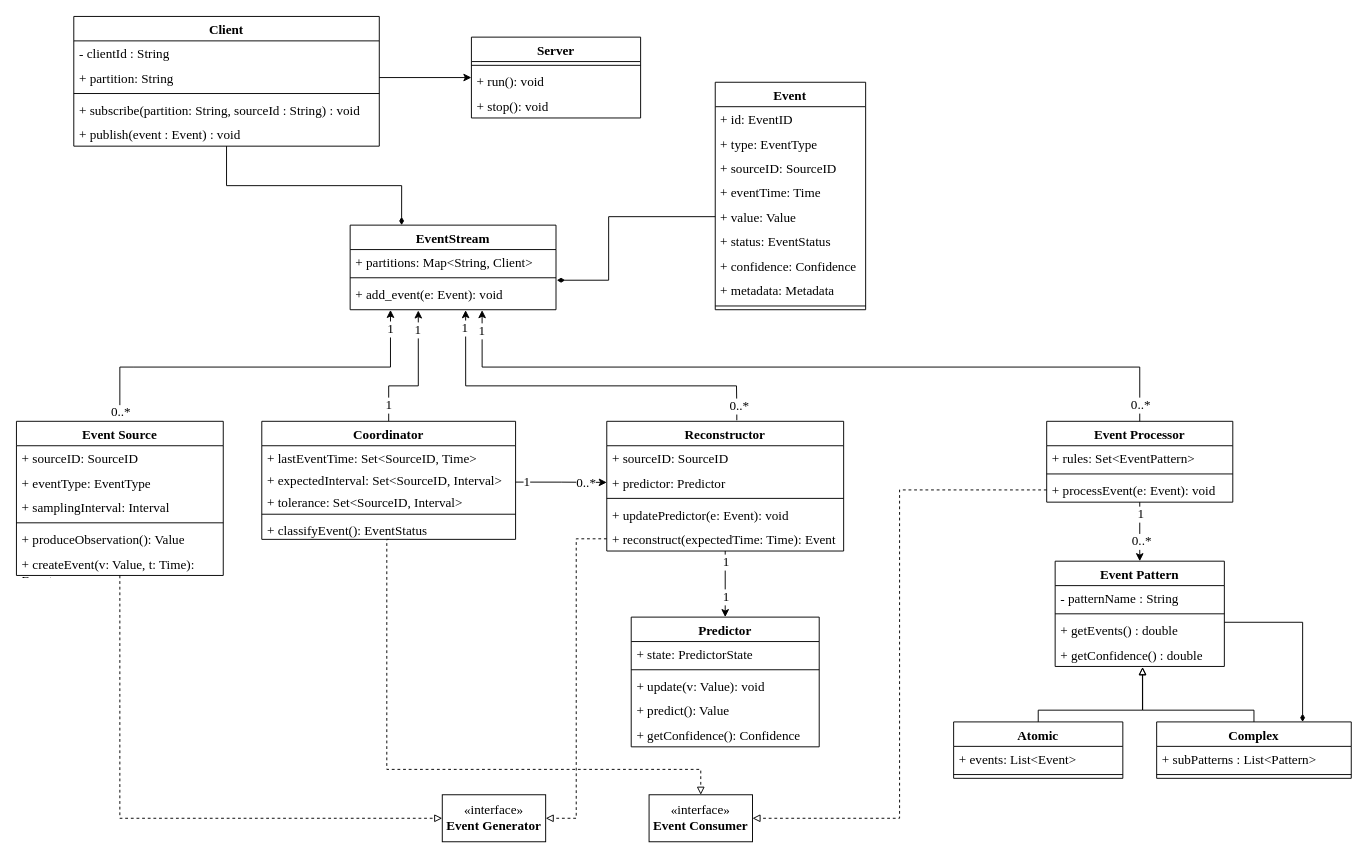
The draw.io diagram docs/Diagrams/UML Model.drawio in faith176/sots_kalman_filters, before the edit. Source tidied: cells renumbered, new cells numbered last; positions are measured from the earlier drawing's top-left corner, leaving out a move shared by most shapes. Both pictures are drawn from the tidied source at 94%, with x=0, y=0 at pixel (16, 16).
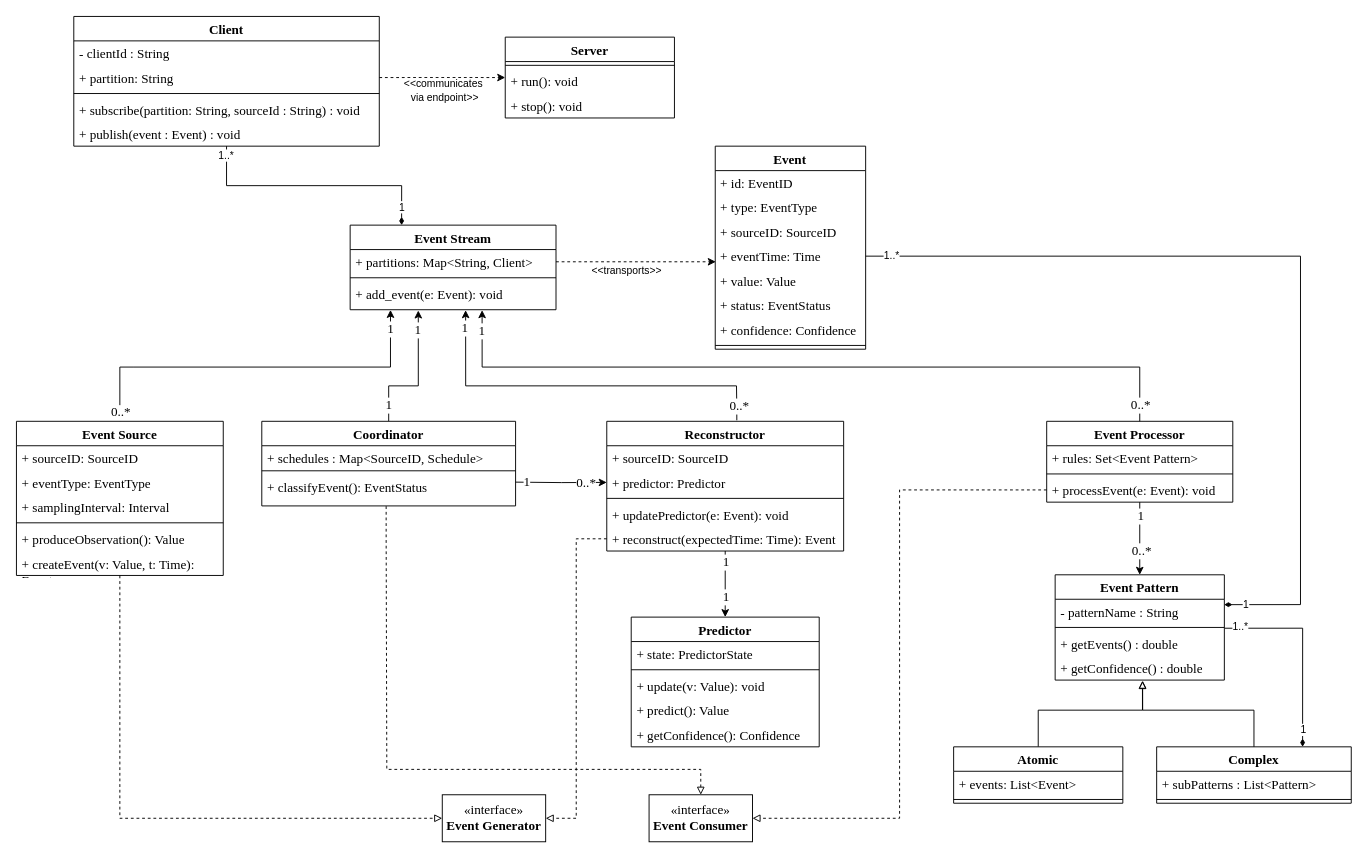
Above is the later version.

The change refers to these unchanged cells:
```xml
<mxCell id="3" value="+ partitions:&amp;nbsp;Map&amp;lt;String, Client&amp;gt;" style="text;strokeColor=none;fillColor=none;align=left;verticalAlign=top;spacingLeft=4;spacingRight=4;overflow=hidden;points=[[0,0.5],[1,0.5]];portConstraint=eastwest;whiteSpace=wrap;html=1;fontFamily=Times New Roman;fontSize=14;" parent="2" vertex="1">
  <mxGeometry y="26" width="219" height="26" as="geometry" />
</mxCell>
<mxCell id="5" value="+ add_event(e: Event): void" style="text;strokeColor=none;fillColor=none;align=left;verticalAlign=top;spacingLeft=4;spacingRight=4;overflow=hidden;points=[[0,0.5],[1,0.5]];portConstraint=eastwest;whiteSpace=wrap;html=1;fontFamily=Times New Roman;fontSize=14;" parent="2" vertex="1">
  <mxGeometry y="60" width="219" height="30" as="geometry" />
</mxCell>
<mxCell id="10" value="&lt;div&gt;&lt;span style=&quot;background-color: transparent; color: light-dark(rgb(0, 0, 0), rgb(255, 255, 255));&quot;&gt;+ eventTime: Time&lt;/span&gt;&lt;/div&gt;" style="text;strokeColor=none;fillColor=none;align=left;verticalAlign=top;spacingLeft=4;spacingRight=4;overflow=hidden;points=[[0,0.5],[1,0.5]];portConstraint=eastwest;whiteSpace=wrap;html=1;fontFamily=Times New Roman;fontSize=14;" parent="6" vertex="1">
  <mxGeometry y="104" width="160" height="26" as="geometry" />
</mxCell>
<mxCell id="11" value="&lt;div&gt;&lt;span style=&quot;background-color: transparent; color: light-dark(rgb(0, 0, 0), rgb(255, 255, 255));&quot;&gt;+ value: Value&lt;/span&gt;&lt;/div&gt;" style="text;strokeColor=none;fillColor=none;align=left;verticalAlign=top;spacingLeft=4;spacingRight=4;overflow=hidden;points=[[0,0.5],[1,0.5]];portConstraint=eastwest;whiteSpace=wrap;html=1;fontFamily=Times New Roman;fontSize=14;" parent="6" vertex="1">
  <mxGeometry y="130" width="160" height="26" as="geometry" />
</mxCell>
<mxCell id="30" value="&lt;span&gt;+ predictor: Predictor&lt;/span&gt;" style="text;strokeColor=none;fillColor=none;align=left;verticalAlign=top;spacingLeft=4;spacingRight=4;overflow=hidden;points=[[0,0.5],[1,0.5]];portConstraint=eastwest;whiteSpace=wrap;html=1;fontFamily=Times New Roman;fontSize=14;" parent="28" vertex="1">
  <mxGeometry y="52" width="252" height="26" as="geometry" />
</mxCell>
<mxCell id="48" value="Event Processor" style="swimlane;fontStyle=1;align=center;verticalAlign=top;horizontal=1;startSize=26;whiteSpace=wrap;html=1;fontFamily=Times New Roman;fontSize=14;" parent="1" vertex="1">
  <mxGeometry x="1096" y="430.7" width="198" height="86" as="geometry" />
</mxCell>
<mxCell id="69" style="edgeStyle=orthogonalEdgeStyle;rounded=0;jettySize=auto;html=1;exitX=0.5;exitY=1;exitDx=0;exitDy=0;entryX=0.25;entryY=0;entryDx=0;entryDy=0;endArrow=diamondThin;endFill=1;fontFamily=Times New Roman;fontSize=14;" parent="1" edge="1" source="70" target="2">
  <mxGeometry relative="1" as="geometry" />
</mxCell>
<mxCell id="72" value="+ partition: String" style="text;strokeColor=none;fillColor=none;align=left;verticalAlign=top;spacingLeft=4;spacingRight=4;overflow=hidden;points=[[0,0.5],[1,0.5]];portConstraint=eastwest;whiteSpace=wrap;html=1;fontFamily=Times New Roman;fontSize=14;" parent="70" vertex="1">
  <mxGeometry y="52" width="325" height="26" as="geometry" />
</mxCell>
<mxCell id="81" value="&lt;span&gt;- patternName : String&lt;/span&gt;" style="text;strokeColor=none;fillColor=none;align=left;verticalAlign=top;spacingLeft=4;spacingRight=4;overflow=hidden;points=[[0,0.5],[1,0.5]];portConstraint=eastwest;whiteSpace=wrap;html=1;fontFamily=Times New Roman;fontSize=14;" parent="80" vertex="1">
  <mxGeometry y="26" width="180" height="26" as="geometry" />
</mxCell>
<mxCell id="83" value="&lt;span style=&quot;font-family: &amp;quot;Times New Roman&amp;quot;; font-size: 14px;&quot;&gt;+ getEvents() : double&lt;/span&gt;" style="text;strokeColor=none;fillColor=none;align=left;verticalAlign=top;spacingLeft=4;spacingRight=4;overflow=hidden;points=[[0,0.5],[1,0.5]];portConstraint=eastwest;whiteSpace=wrap;html=1;" parent="80" vertex="1">
  <mxGeometry y="60" width="180" height="26" as="geometry" />
</mxCell>
<mxCell id="92" value="«interface»&lt;br&gt;&lt;b&gt;Event Consumer&lt;/b&gt;" style="html=1;whiteSpace=wrap;fontFamily=Times New Roman;fontSize=14;" parent="1" vertex="1">
  <mxGeometry x="673" y="828" width="110" height="50" as="geometry" />
</mxCell>
```

Change to the diagram source:
```diff
@@
-    <mxCell id="2" value="EventStream" style="swimlane;fontStyle=1;align=center;verticalAlign=top;horizontal=1;startSize=26;whiteSpace=wrap;html=1;fontFamily=Times New Roman;fontSize=14;" parent="1" vertex="1">
+    <mxCell id="2" value="Event Stream" style="swimlane;fontStyle=1;align=center;verticalAlign=top;horizontal=1;startSize=26;whiteSpace=wrap;html=1;fontFamily=Times New Roman;fontSize=14;" parent="1" vertex="1">
       <mxGeometry x="355" y="222" width="219" height="90" as="geometry" />
     </mxCell>
@@
     <mxCell id="6" value="Event" style="swimlane;fontStyle=1;align=center;verticalAlign=top;horizontal=1;startSize=26;whiteSpace=wrap;html=1;fontFamily=Times New Roman;fontSize=14;" parent="1" vertex="1">
-      <mxGeometry x="743.4" y="70" width="160" height="242" as="geometry" />
+      <mxGeometry x="743.4" y="138" width="160" height="216" as="geometry" />
     </mxCell>
@@
-    <mxCell id="14" value="&lt;span&gt;+ metadata: Metadata&lt;/span&gt;" style="text;strokeColor=none;fillColor=none;align=left;verticalAlign=top;spacingLeft=4;spacingRight=4;overflow=hidden;whiteSpace=wrap;html=1;fontFamily=Times New Roman;fontSize=14;" parent="6" vertex="1">
-      <mxGeometry y="208" width="160" height="26" as="geometry" />
-    </mxCell>
     <mxCell id="15" style="line;strokeWidth=1;fillColor=none;align=left;verticalAlign=middle;spacingTop=-1;spacingLeft=3;spacingRight=3;labelPosition=right;strokeColor=inherit;fontFamily=Times New Roman;fontSize=14;" parent="6" vertex="1">
-      <mxGeometry y="234" width="160" height="8" as="geometry" />
+      <mxGeometry y="208" width="160" height="8" as="geometry" />
     </mxCell>
@@
-    <mxCell id="22" style="edgeStyle=orthogonalEdgeStyle;rounded=0;jettySize=auto;html=1;exitX=1;exitY=0.674;exitDx=0;exitDy=0;entryX=0;entryY=0.5;entryDx=0;entryDy=0;fontFamily=Times New Roman;fontSize=14;exitPerimeter=0;" parent="1" edge="1" source="88" target="30">
-      <mxGeometry relative="1" as="geometry" />
+    <mxCell id="22" style="edgeStyle=orthogonalEdgeStyle;rounded=0;jettySize=auto;html=1;exitX=1;exitY=0.674;exitDx=0;exitDy=0;entryX=0;entryY=0.5;entryDx=0;entryDy=0;fontFamily=Times New Roman;fontSize=14;exitPerimeter=0;" parent="1" edge="1" target="30">
+      <mxGeometry relative="1" as="geometry">
+        <mxPoint x="531" y="495.4" as="sourcePoint" />
+      </mxGeometry>
     </mxCell>
@@
-    <mxCell id="49" value="+ rules: Set&amp;lt;EventPattern&amp;gt;" style="text;strokeColor=none;fillColor=none;align=left;verticalAlign=top;spacingLeft=4;spacingRight=4;overflow=hidden;whiteSpace=wrap;html=1;fontFamily=Times New Roman;fontSize=14;" parent="48" vertex="1">
+    <mxCell id="49" value="+ rules: Set&amp;lt;Event Pattern&amp;gt;" style="text;strokeColor=none;fillColor=none;align=left;verticalAlign=top;spacingLeft=4;spacingRight=4;overflow=hidden;whiteSpace=wrap;html=1;fontFamily=Times New Roman;fontSize=14;" parent="48" vertex="1">
       <mxGeometry y="26" width="198" height="26" as="geometry" />
     </mxCell>
@@
-    <mxCell id="61" style="edgeStyle=orthogonalEdgeStyle;rounded=0;jettySize=auto;html=1;exitX=0;exitY=0.5;exitDx=0;exitDy=0;entryX=1.004;entryY=-0.046;entryDx=0;entryDy=0;entryPerimeter=0;endArrow=diamondThin;endFill=1;startSize=6;fontFamily=Times New Roman;fontSize=14;" parent="1" edge="1" source="11" target="5">
-      <mxGeometry relative="1" as="geometry">
-        <Array as="points">
-          <mxPoint x="630" y="213" />
-          <mxPoint x="630" y="281" />
-        </Array>
-      </mxGeometry>
-    </mxCell>
@@
     <mxCell id="63" value="Atomic" style="swimlane;fontStyle=1;align=center;verticalAlign=top;horizontal=1;startSize=26;whiteSpace=wrap;html=1;fontFamily=Times New Roman;fontSize=14;" parent="1" vertex="1">
-      <mxGeometry x="997" y="750.5" width="180" height="60" as="geometry" />
+      <mxGeometry x="997" y="777" width="180" height="60" as="geometry" />
     </mxCell>
@@
     <mxCell id="66" value="Complex" style="swimlane;fontStyle=1;align=center;verticalAlign=top;horizontal=1;startSize=26;whiteSpace=wrap;html=1;fontFamily=Times New Roman;fontSize=14;" parent="1" vertex="1">
-      <mxGeometry x="1213" y="750.5" width="207" height="60" as="geometry" />
+      <mxGeometry x="1213" y="777" width="207" height="60" as="geometry" />
     </mxCell>
@@
+    <mxCell id="99" value="1..*" style="edgeLabel;html=1;align=center;verticalAlign=middle;" parent="69" vertex="1">
+      <mxGeometry x="-0.93" y="-1" relative="1" as="geometry" />
+    </mxCell>
+    <mxCell id="100" value="1" style="edgeLabel;html=1;align=center;verticalAlign=middle;" parent="69" vertex="1">
+      <mxGeometry x="0.86" relative="1" as="geometry" />
+    </mxCell>
@@
     <mxCell id="76" value="Server" style="swimlane;fontStyle=1;align=center;verticalAlign=top;horizontal=1;startSize=26;whiteSpace=wrap;html=1;fontFamily=Times New Roman;fontSize=14;" parent="1" vertex="1">
-      <mxGeometry x="484" y="22" width="180" height="86" as="geometry" />
+      <mxGeometry x="520" y="22" width="180" height="86" as="geometry" />
     </mxCell>
@@
     <mxCell id="80" value="Event Pattern" style="swimlane;fontStyle=1;align=center;verticalAlign=top;horizontal=1;startSize=26;whiteSpace=wrap;html=1;fontFamily=Times New Roman;fontSize=14;" parent="1" vertex="1">
-      <mxGeometry x="1105" y="579.5" width="180" height="112" as="geometry" />
+      <mxGeometry x="1105" y="594" width="180" height="112" as="geometry" />
     </mxCell>
@@
-    <mxCell id="85" style="edgeStyle=orthogonalEdgeStyle;rounded=0;jettySize=auto;html=1;exitX=0.5;exitY=1;exitDx=0;exitDy=0;entryX=0.5;entryY=0;entryDx=0;entryDy=0;dashed=1;endArrow=block;endFill=0;fontFamily=Times New Roman;fontSize=14;" parent="1" edge="1" source="86" target="92">
+    <mxCell id="85" style="edgeStyle=orthogonalEdgeStyle;rounded=0;jettySize=auto;html=1;exitX=0.49;exitY=1.01;exitDx=0;exitDy=0;entryX=0.5;entryY=0;entryDx=0;entryDy=0;dashed=1;endArrow=block;endFill=0;fontFamily=Times New Roman;fontSize=14;exitPerimeter=0;" parent="1" edge="1" source="91" target="92">
       <mxGeometry relative="1" as="geometry">
         <Array as="points">
+          <mxPoint x="393" y="556" />
           <mxPoint x="394" y="556" />
           <mxPoint x="394" y="801" />
           <mxPoint x="728" y="801" />
         </Array>
       </mxGeometry>
     </mxCell>
     <mxCell id="86" value="Coordinator" style="swimlane;fontStyle=1;align=center;verticalAlign=top;horizontal=1;startSize=26;whiteSpace=wrap;html=1;fontFamily=Times New Roman;fontSize=14;" parent="1" vertex="1">
-      <mxGeometry x="261" y="430.7" width="270" height="125.6" as="geometry" />
+      <mxGeometry x="261" y="430.7" width="270" height="90" as="geometry" />
     </mxCell>
-    <mxCell id="87" value="&lt;span&gt;+ lastEventTime: Set&amp;lt;SourceID, Time&amp;gt;&lt;/span&gt;" style="text;strokeColor=none;fillColor=none;align=left;verticalAlign=top;spacingLeft=4;spacingRight=4;overflow=hidden;html=1;whiteSpace=wrap;fontFamily=Times New Roman;fontSize=14;" parent="86" vertex="1">
+    <mxCell id="87" value="+ schedules : Map&amp;lt;SourceID, Schedule&amp;gt;" style="text;strokeColor=none;fillColor=none;align=left;verticalAlign=top;spacingLeft=4;spacingRight=4;overflow=hidden;html=1;whiteSpace=wrap;fontFamily=Times New Roman;fontSize=14;" parent="86" vertex="1">
       <mxGeometry y="26" width="270" height="23.1" as="geometry" />
     </mxCell>
-    <mxCell id="88" value="&lt;div&gt;+ expectedInterval: Set&amp;lt;SourceID, Interval&amp;gt;&lt;/div&gt;" style="text;strokeColor=none;fillColor=none;align=left;verticalAlign=top;spacingLeft=4;spacingRight=4;overflow=hidden;points=[[0,0.5],[1,0.5]];portConstraint=eastwest;whiteSpace=wrap;html=1;fontFamily=Times New Roman;fontSize=14;" parent="86" vertex="1">
-      <mxGeometry y="49.1" width="270" height="23.1" as="geometry" />
-    </mxCell>
-    <mxCell id="89" value="&lt;span&gt;+ tolerance: Set&amp;lt;SourceID, Interval&amp;gt;&lt;/span&gt;" style="text;strokeColor=none;fillColor=none;align=left;verticalAlign=top;spacingLeft=4;spacingRight=4;overflow=hidden;whiteSpace=wrap;html=1;fontFamily=Times New Roman;fontSize=14;" parent="86" vertex="1">
-      <mxGeometry y="72.2" width="270" height="23.1" as="geometry" />
-    </mxCell>
     <mxCell id="90" style="line;strokeWidth=1;fillColor=none;align=left;verticalAlign=middle;spacingTop=-1;spacingLeft=3;spacingRight=3;labelPosition=right;strokeColor=inherit;fontFamily=Times New Roman;fontSize=14;" parent="86" vertex="1">
-      <mxGeometry y="95.3" width="270" height="7.1" as="geometry" />
+      <mxGeometry y="49.1" width="270" height="7.1" as="geometry" />
     </mxCell>
     <mxCell id="91" value="&lt;span&gt;+ classifyEvent(): EventStatus&lt;/span&gt;" style="text;strokeColor=none;fillColor=none;align=left;verticalAlign=top;spacingLeft=4;spacingRight=4;overflow=hidden;points=[[0,0.5],[1,0.5]];portConstraint=eastwest;whiteSpace=wrap;html=1;fontFamily=Times New Roman;fontSize=14;" parent="86" vertex="1">
-      <mxGeometry y="102.4" width="270" height="23.1" as="geometry" />
+      <mxGeometry y="56.2" width="270" height="33.8" as="geometry" />
     </mxCell>
@@
-    <mxCell id="94" style="edgeStyle=orthogonalEdgeStyle;rounded=0;jettySize=auto;html=1;exitX=1;exitY=0.5;exitDx=0;exitDy=0;entryX=0.75;entryY=0;entryDx=0;entryDy=0;endArrow=diamondThin;endFill=1;fontFamily=Times New Roman;fontSize=14;" parent="1" edge="1" target="66">
+    <mxCell id="94" style="edgeStyle=orthogonalEdgeStyle;rounded=0;jettySize=auto;html=1;exitX=1.003;exitY=-0.122;exitDx=0;exitDy=0;entryX=0.75;entryY=0;entryDx=0;entryDy=0;endArrow=diamondThin;endFill=1;fontFamily=Times New Roman;fontSize=14;exitPerimeter=0;" parent="1" edge="1" source="83" target="66">
       <mxGeometry relative="1" as="geometry">
-        <mxPoint x="1285" y="644.5" as="sourcePoint" />
         <Array as="points">
-          <mxPoint x="1368" y="645" />
+          <mxPoint x="1368" y="651" />
         </Array>
       </mxGeometry>
     </mxCell>
+    <mxCell id="101" value="1" style="edgeLabel;html=1;align=center;verticalAlign=middle;" parent="94" vertex="1">
+      <mxGeometry x="0.82" relative="1" as="geometry" />
+    </mxCell>
+    <mxCell id="102" value="1..*" style="edgeLabel;html=1;align=center;verticalAlign=middle;" parent="94" vertex="1">
+      <mxGeometry x="-0.91" y="2" relative="1" as="geometry">
+        <mxPoint x="7" as="offset" />
+      </mxGeometry>
+    </mxCell>
@@
-    <mxCell id="96" style="edgeStyle=orthogonalEdgeStyle;rounded=0;jettySize=auto;html=1;exitX=1;exitY=0.5;exitDx=0;exitDy=0;entryX=0;entryY=0.5;entryDx=0;entryDy=0;fontFamily=Times New Roman;fontSize=14;" parent="1" edge="1" source="72" target="76">
+    <mxCell id="96" style="edgeStyle=orthogonalEdgeStyle;rounded=0;jettySize=auto;html=1;exitX=1;exitY=0.5;exitDx=0;exitDy=0;entryX=0;entryY=0.5;entryDx=0;entryDy=0;fontFamily=Times New Roman;fontSize=14;dashed=1;" parent="1" edge="1" source="72" target="76">
       <mxGeometry relative="1" as="geometry" />
     </mxCell>
+    <mxCell id="103" value="&amp;lt;&amp;lt;communicates&lt;div&gt;&amp;nbsp;via endpoint&amp;gt;&amp;gt;&lt;/div&gt;" style="edgeLabel;html=1;align=center;verticalAlign=middle;" parent="96" vertex="1">
+      <mxGeometry x="-0.04" y="1" relative="1" as="geometry">
+        <mxPoint x="3" y="14" as="offset" />
+      </mxGeometry>
+    </mxCell>
@@
+    <mxCell id="104" style="edgeStyle=orthogonalEdgeStyle;rounded=0;jettySize=auto;html=1;exitX=1;exitY=0.5;exitDx=0;exitDy=0;dashed=1;" parent="1" edge="1" source="3">
+      <mxGeometry relative="1" as="geometry">
+        <mxPoint x="744" y="261" as="targetPoint" />
+        <Array as="points">
+          <mxPoint x="744" y="261" />
+        </Array>
+      </mxGeometry>
+    </mxCell>
+    <mxCell id="105" value="&amp;lt;&amp;lt;transports&amp;gt;&amp;gt;" style="edgeLabel;html=1;align=center;verticalAlign=middle;" parent="104" vertex="1">
+      <mxGeometry x="-0.13" relative="1" as="geometry">
+        <mxPoint y="9" as="offset" />
+      </mxGeometry>
+    </mxCell>
+    <mxCell id="106" style="edgeStyle=orthogonalEdgeStyle;rounded=0;jettySize=auto;html=1;exitX=1;exitY=0.5;exitDx=0;exitDy=0;entryX=0.999;entryY=0.221;entryDx=0;entryDy=0;entryPerimeter=0;endArrow=diamondThin;endFill=1;" parent="1" edge="1" source="10" target="81">
+      <mxGeometry relative="1" as="geometry">
+        <Array as="points">
+          <mxPoint x="1366" y="255" />
+          <mxPoint x="1366" y="626" />
+        </Array>
+      </mxGeometry>
+    </mxCell>
+    <mxCell id="107" value="1..*" style="edgeLabel;html=1;align=center;verticalAlign=middle;" parent="106" vertex="1">
+      <mxGeometry x="-0.94" y="1" relative="1" as="geometry" />
+    </mxCell>
+    <mxCell id="108" value="1" style="edgeLabel;html=1;align=center;verticalAlign=middle;" parent="106" vertex="1">
+      <mxGeometry x="0.95" relative="1" as="geometry" />
+    </mxCell>
```
